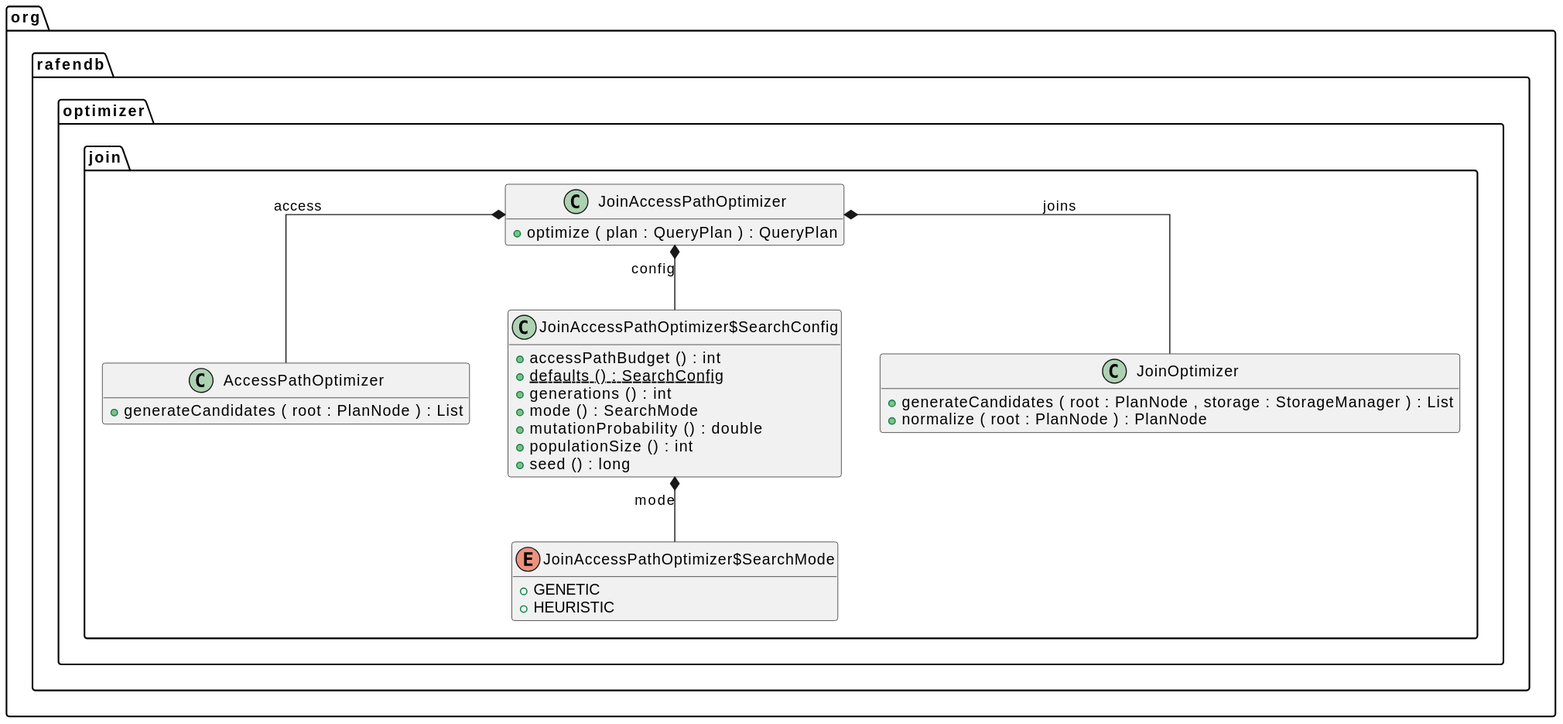
Earlier version of the PlantUML export docs/generated/optimizer/optimizer-join.svg (m-akma1/rafendb). Its source is kept beside it as docs/generated/optimizer/optimizer-join.puml. Its diagram source:
```plantuml
@startuml

set namespaceSeparator .
hide empty members
skinparam linetype ortho


class org.rafendb.optimizer.join.AccessPathOptimizer {
	{method} +generateCandidates ( root : PlanNode ) : List
}


class org.rafendb.optimizer.join.JoinAccessPathOptimizer {
	{method} +optimize ( plan : QueryPlan ) : QueryPlan
}


class org.rafendb.optimizer.join.JoinAccessPathOptimizer$SearchConfig {
	{method} +accessPathBudget () : int
	{method}  {static} +defaults () : SearchConfig
	{method} +generations () : int
	{method} +mode () : SearchMode
	{method} +mutationProbability () : double
	{method} +populationSize () : int
	{method} +seed () : long
}


enum org.rafendb.optimizer.join.JoinAccessPathOptimizer$SearchMode {
	{field} +GENETIC
	{field} +HEURISTIC
}


class org.rafendb.optimizer.join.JoinOptimizer {
	{method} +generateCandidates ( root : PlanNode , storage : StorageManager ) : List
	{method} +normalize ( root : PlanNode ) : PlanNode
}




org.rafendb.optimizer.join.JoinAccessPathOptimizer *--  org.rafendb.optimizer.join.AccessPathOptimizer : access
org.rafendb.optimizer.join.JoinAccessPathOptimizer *--  org.rafendb.optimizer.join.JoinAccessPathOptimizer$SearchConfig : config
org.rafendb.optimizer.join.JoinAccessPathOptimizer *--  org.rafendb.optimizer.join.JoinOptimizer : joins
org.rafendb.optimizer.join.JoinAccessPathOptimizer$SearchConfig *--  org.rafendb.optimizer.join.JoinAccessPathOptimizer$SearchMode : mode


@enduml
```
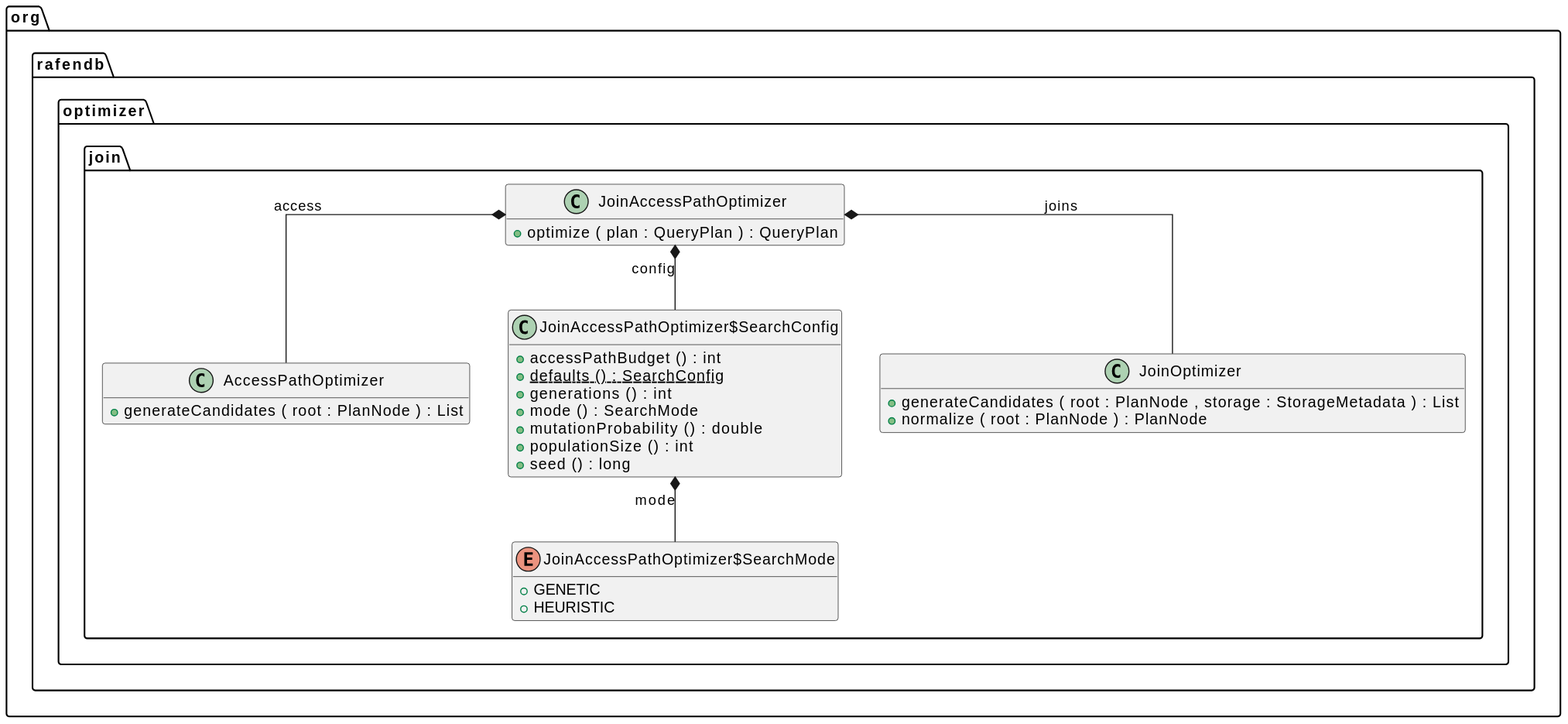
The same diagram one commit later.

Change to the diagram source:
```diff
@@ -33,7 +33,7 @@
 
 
 class org.rafendb.optimizer.join.JoinOptimizer {
-	{method} +generateCandidates ( root : PlanNode , storage : StorageManager ) : List
+	{method} +generateCandidates ( root : PlanNode , storage : StorageMetadata ) : List
 	{method} +normalize ( root : PlanNode ) : PlanNode
 }
 
```
